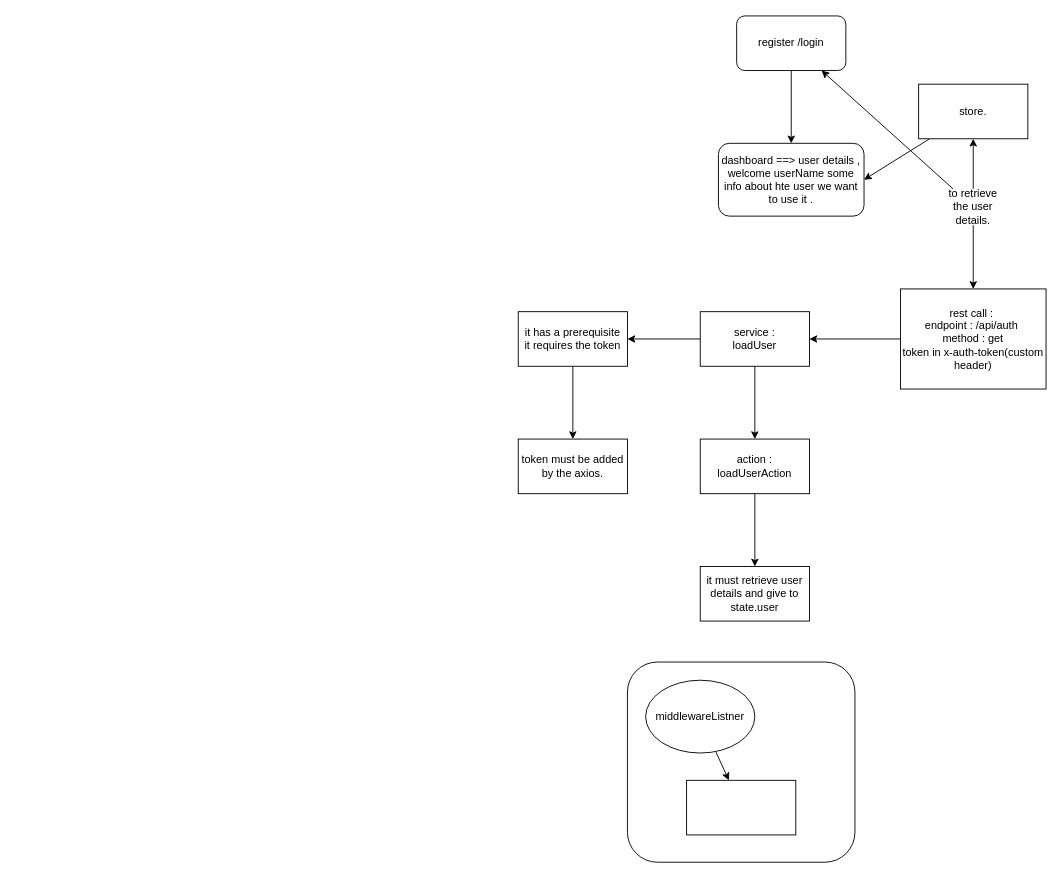
Earlier version of the draw.io diagram page "Page-16" (16 of 16) of finalibm react.drawio (abhinandanchivate/react-oct). Source tidied: cells renumbered, new cells numbered last; positions are measured from the earlier drawing's top-left corner, leaving out a move shared by most shapes. Both pictures are drawn from the tidied source at 91%, with x=0, y=0 at pixel (518, 15).
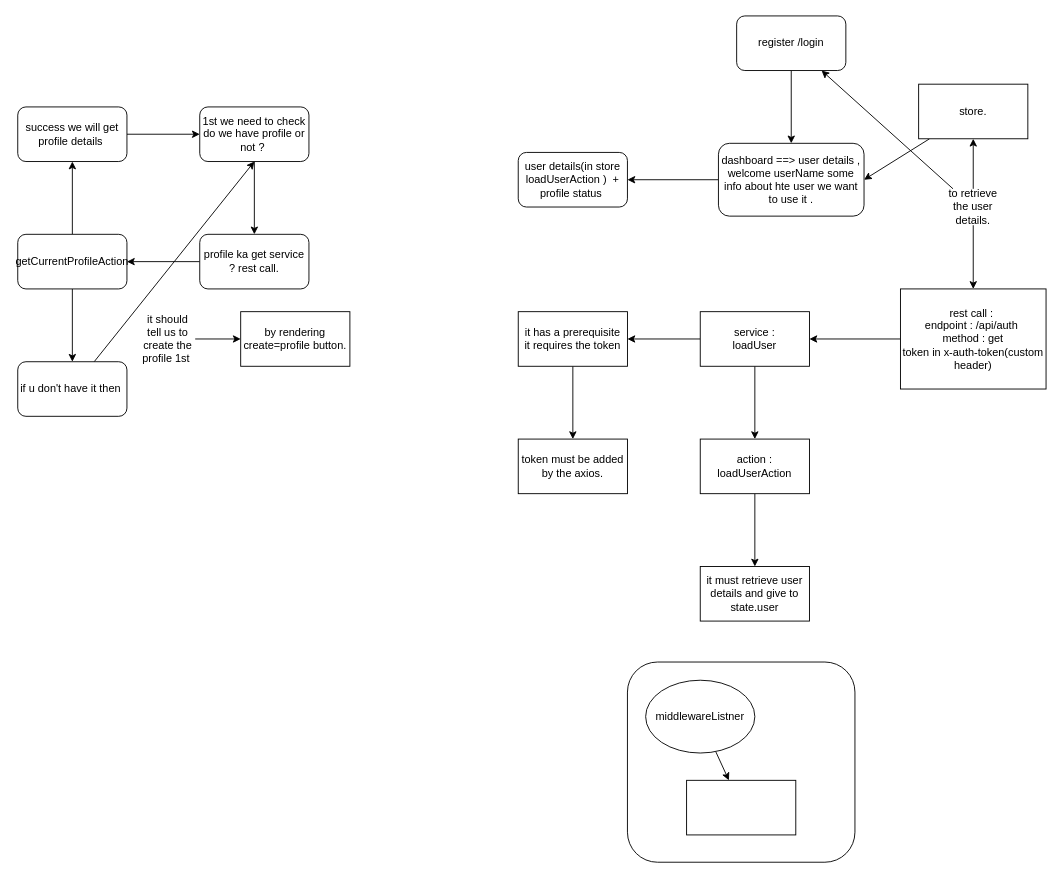
Above is the later version.

Commit message (it also covers changes not shown here):
feat(profile): implement create and get current profile actions and slice feat(router): add DashboardRouter to RootRouter for dashboard navigation

Unchanged cells that the change refers to:
```xml
<mxCell id="4" value="dashboard ==&amp;gt; user details , welcome userName some info about hte user we want to use it ." style="whiteSpace=wrap;html=1;rounded=1;" parent="1" vertex="1">
  <mxGeometry x="220" y="140" width="160" height="80" as="geometry" />
</mxCell>
```

Change to the diagram source:
```diff
@@
+    <mxCell id="26" style="edgeStyle=none;html=1;" parent="1" edge="1" source="4" target="27">
+      <mxGeometry relative="1" as="geometry" />
+    </mxCell>
@@
+    <mxCell id="27" value="user details(in store loadUserAction )&amp;nbsp; + profile status&amp;nbsp;" style="whiteSpace=wrap;html=1;rounded=1;" parent="1" vertex="1">
+      <mxGeometry y="150" width="120" height="60" as="geometry" />
+    </mxCell>
+    <mxCell id="28" style="edgeStyle=none;html=1;" parent="1" edge="1" source="29" target="31">
+      <mxGeometry relative="1" as="geometry" />
+    </mxCell>
+    <mxCell id="29" value="1st we need to check do we have profile or not ?&amp;nbsp;" style="rounded=1;whiteSpace=wrap;html=1;" parent="1" vertex="1">
+      <mxGeometry x="-350" y="100" width="120" height="60" as="geometry" />
+    </mxCell>
+    <mxCell id="30" style="edgeStyle=none;html=1;" parent="1" edge="1" source="31" target="34">
+      <mxGeometry relative="1" as="geometry" />
+    </mxCell>
+    <mxCell id="31" value="profile ka get service ? rest call." style="whiteSpace=wrap;html=1;rounded=1;" parent="1" vertex="1">
+      <mxGeometry x="-350" y="240" width="120" height="60" as="geometry" />
+    </mxCell>
+    <mxCell id="32" style="edgeStyle=none;html=1;" parent="1" edge="1" source="34" target="36">
+      <mxGeometry relative="1" as="geometry" />
+    </mxCell>
+    <mxCell id="33" style="edgeStyle=none;html=1;" parent="1" edge="1" source="34" target="38">
+      <mxGeometry relative="1" as="geometry" />
+    </mxCell>
+    <mxCell id="34" value="getCurrentProfileAction" style="whiteSpace=wrap;html=1;rounded=1;" parent="1" vertex="1">
+      <mxGeometry x="-550" y="240" width="120" height="60" as="geometry" />
+    </mxCell>
+    <mxCell id="35" style="edgeStyle=none;html=1;entryX=0;entryY=0.5;entryDx=0;entryDy=0;" parent="1" edge="1" source="36" target="29">
+      <mxGeometry relative="1" as="geometry" />
+    </mxCell>
+    <mxCell id="36" value="success we will get profile details&amp;nbsp;" style="whiteSpace=wrap;html=1;rounded=1;" parent="1" vertex="1">
+      <mxGeometry x="-550" y="100" width="120" height="60" as="geometry" />
+    </mxCell>
+    <mxCell id="37" style="edgeStyle=none;html=1;entryX=0.5;entryY=1;entryDx=0;entryDy=0;" parent="1" edge="1" source="38" target="29">
+      <mxGeometry relative="1" as="geometry" />
+    </mxCell>
+    <mxCell id="38" value="if u don't have it then&amp;nbsp;" style="whiteSpace=wrap;html=1;rounded=1;" parent="1" vertex="1">
+      <mxGeometry x="-550" y="380" width="120" height="60" as="geometry" />
+    </mxCell>
+    <mxCell id="39" style="edgeStyle=none;html=1;" parent="1" edge="1" source="40" target="41">
+      <mxGeometry relative="1" as="geometry" />
+    </mxCell>
+    <mxCell id="40" value="it should tell us to create the profile 1st&amp;nbsp;" style="text;html=1;align=center;verticalAlign=middle;whiteSpace=wrap;rounded=0;" parent="1" vertex="1">
+      <mxGeometry x="-415" y="340" width="60" height="30" as="geometry" />
+    </mxCell>
+    <mxCell id="41" value="by rendering create=profile button." style="whiteSpace=wrap;html=1;" parent="1" vertex="1">
+      <mxGeometry x="-305" y="325" width="120" height="60" as="geometry" />
+    </mxCell>
```
